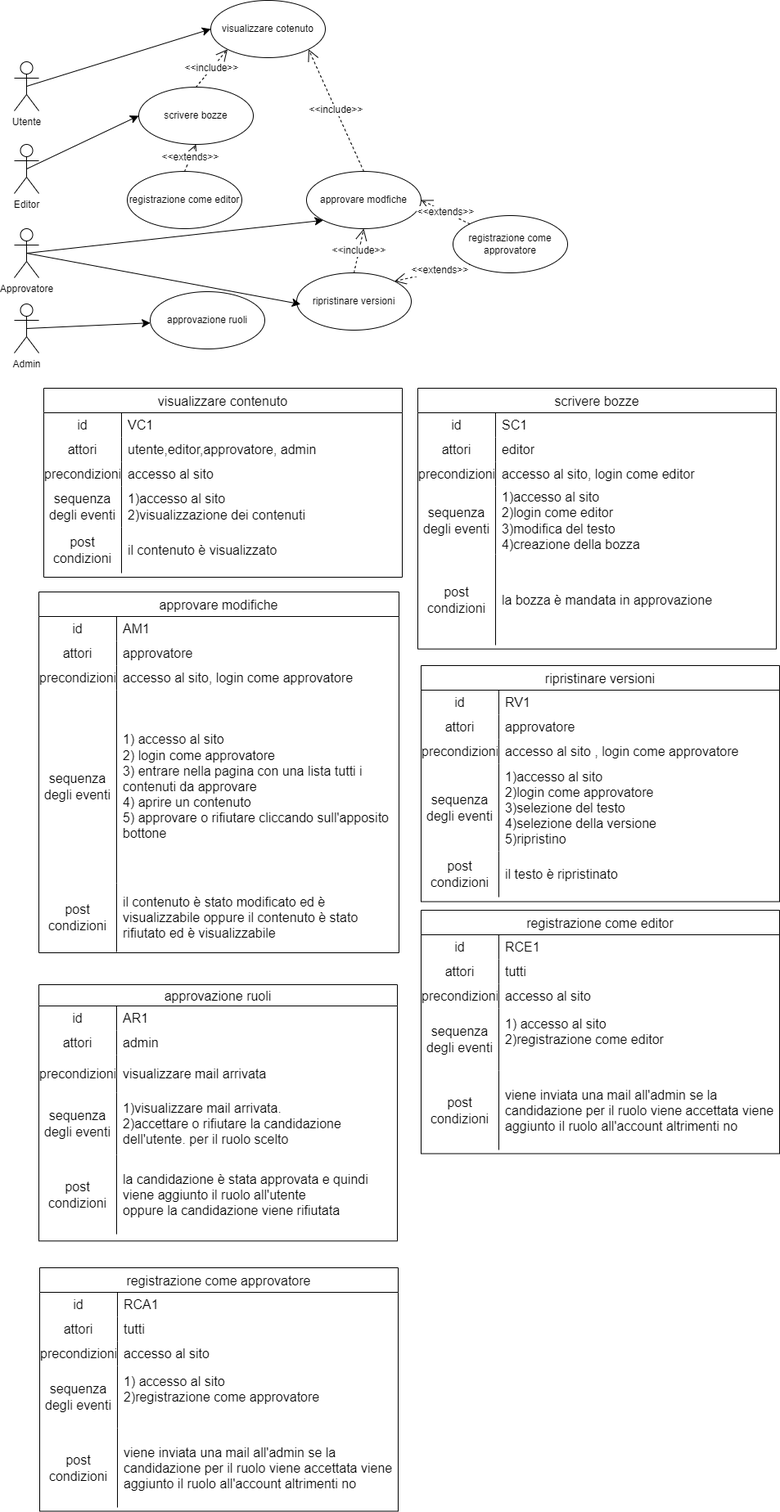
AngeloRipamonti/5C_WikiStudenti_DiDonnaKotisRipamontiTacconi keeps this draw.io diagram as assets/schemas/Casi d'uso.drawio.png. Above is the earlier version. Source tidied: cells renumbered, new cells last; positions are measured from the earlier drawing's top-left corner, leaving out a move shared by most shapes.
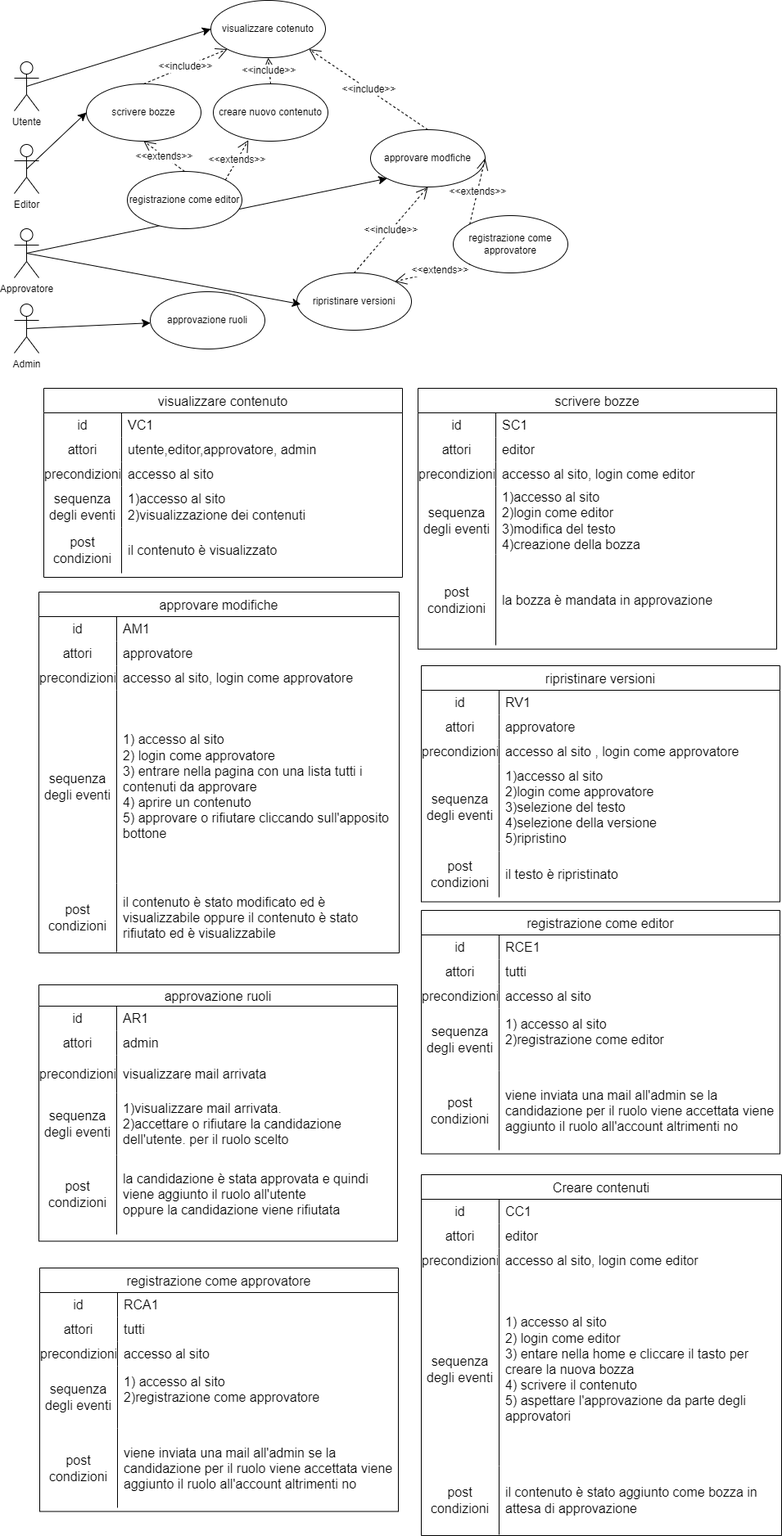
After the change.

Commit message:
use case

Change to the diagram source:
```diff
@@ -24,10 +24,10 @@
       <mxGeometry x="240" width="140" height="70" as="geometry" />
     </mxCell>
     <mxCell id="9" value="scrivere bozze" style="ellipse;whiteSpace=wrap;html=1;" parent="1" vertex="1">
-      <mxGeometry x="152" y="106" width="140" height="70" as="geometry" />
+      <mxGeometry x="88" y="102" width="140" height="70" as="geometry" />
     </mxCell>
     <mxCell id="10" value="approvare modfiche" style="ellipse;whiteSpace=wrap;html=1;" parent="1" vertex="1">
-      <mxGeometry x="357" y="209" width="140" height="70" as="geometry" />
+      <mxGeometry x="435" y="158" width="140" height="70" as="geometry" />
     </mxCell>
     <mxCell id="11" value="ripristinare versioni" style="ellipse;whiteSpace=wrap;html=1;" parent="1" vertex="1">
       <mxGeometry x="345" y="333" width="140" height="70" as="geometry" />
@@ -404,5 +404,62 @@
     <mxCell id="135" value="viene inviata una mail all'admin se la candidazione per il ruolo viene accettata viene aggiunto il ruolo all'account altrimenti no" style="shape=partialRectangle;html=1;whiteSpace=wrap;fillColor=none;top=0;left=0;bottom=0;right=0;align=left;spacingLeft=6;overflow=hidden;strokeColor=inherit;fontSize=16;" parent="133" vertex="1">
       <mxGeometry x="95" width="343" height="97" as="geometry" />
     </mxCell>
+    <mxCell id="136" value="creare nuovo contenuto" style="ellipse;whiteSpace=wrap;html=1;" parent="1" vertex="1">
+      <mxGeometry x="243" y="102" width="140" height="70" as="geometry" />
+    </mxCell>
+    <mxCell id="137" value="&amp;lt;&amp;lt;extends&amp;gt;&amp;gt;" style="endArrow=open;endSize=12;dashed=1;html=1;rounded=0;fontSize=12;curved=1;exitX=1;exitY=0;exitDx=0;exitDy=0;entryX=0.306;entryY=0.983;entryDx=0;entryDy=0;entryPerimeter=0;" parent="1" edge="1" source="99" target="136">
+      <mxGeometry relative="1" as="geometry" />
+    </mxCell>
+    <mxCell id="138" value="&amp;lt;&amp;lt;include&amp;gt;&amp;gt;" style="endArrow=open;endSize=12;dashed=1;html=1;rounded=0;fontSize=12;curved=1;exitX=0.5;exitY=0;exitDx=0;exitDy=0;entryX=0.5;entryY=1;entryDx=0;entryDy=0;" parent="1" edge="1" source="136" target="8">
+      <mxGeometry relative="1" as="geometry" />
+    </mxCell>
+    <mxCell id="139" value="Creare contenuti" style="shape=table;startSize=30;rowLines=0;fontStyle=0;strokeColor=default;fontSize=16;" parent="1" vertex="1">
+      <mxGeometry x="497" y="1435" width="440" height="441" as="geometry" />
+    </mxCell>
+    <mxCell id="140" style="shape=tableRow;horizontal=0;startSize=0;swimlaneHead=0;swimlaneBody=0;top=0;left=0;bottom=0;right=0;fillColor=none;strokeColor=inherit;fontSize=16;" parent="139" vertex="1">
+      <mxGeometry y="30" width="440" height="30" as="geometry" />
+    </mxCell>
+    <mxCell id="141" value="id" style="shape=partialRectangle;html=1;whiteSpace=wrap;fillColor=none;top=0;left=0;bottom=0;right=0;overflow=hidden;strokeColor=inherit;fontSize=16;" parent="140" vertex="1">
+      <mxGeometry width="95" height="30" as="geometry" />
+    </mxCell>
+    <mxCell id="142" value="CC1" style="shape=partialRectangle;html=1;whiteSpace=wrap;fillColor=none;top=0;left=0;bottom=0;right=0;align=left;spacingLeft=6;overflow=hidden;strokeColor=inherit;fontSize=16;" parent="140" vertex="1">
+      <mxGeometry x="95" width="345" height="30" as="geometry" />
+    </mxCell>
+    <mxCell id="143" style="shape=tableRow;horizontal=0;startSize=0;swimlaneHead=0;swimlaneBody=0;top=0;left=0;bottom=0;right=0;fillColor=none;strokeColor=inherit;fontSize=16;" parent="139" vertex="1">
+      <mxGeometry y="60" width="440" height="30" as="geometry" />
+    </mxCell>
+    <mxCell id="144" value="attori" style="shape=partialRectangle;html=1;whiteSpace=wrap;fillColor=none;top=0;left=0;bottom=0;right=0;overflow=hidden;strokeColor=inherit;fontSize=16;" parent="143" vertex="1">
+      <mxGeometry width="95" height="30" as="geometry" />
+    </mxCell>
+    <mxCell id="145" value="editor" style="shape=partialRectangle;html=1;whiteSpace=wrap;fillColor=none;top=0;left=0;bottom=0;right=0;align=left;spacingLeft=6;overflow=hidden;strokeColor=inherit;fontSize=16;" parent="143" vertex="1">
+      <mxGeometry x="95" width="345" height="30" as="geometry" />
+    </mxCell>
+    <mxCell id="146" style="shape=tableRow;horizontal=0;startSize=0;swimlaneHead=0;swimlaneBody=0;top=0;left=0;bottom=0;right=0;fillColor=none;strokeColor=inherit;fontSize=16;" parent="139" vertex="1">
+      <mxGeometry y="90" width="440" height="30" as="geometry" />
+    </mxCell>
+    <mxCell id="147" value="precondizioni" style="shape=partialRectangle;html=1;whiteSpace=wrap;fillColor=none;top=0;left=0;bottom=0;right=0;overflow=hidden;strokeColor=inherit;fontSize=16;" parent="146" vertex="1">
+      <mxGeometry width="95" height="30" as="geometry" />
+    </mxCell>
+    <mxCell id="148" value="accesso al sito, login come editor" style="shape=partialRectangle;html=1;whiteSpace=wrap;fillColor=none;top=0;left=0;bottom=0;right=0;align=left;spacingLeft=6;overflow=hidden;strokeColor=inherit;fontSize=16;" parent="146" vertex="1">
+      <mxGeometry x="95" width="345" height="30" as="geometry" />
+    </mxCell>
+    <mxCell id="149" style="shape=tableRow;horizontal=0;startSize=0;swimlaneHead=0;swimlaneBody=0;top=0;left=0;bottom=0;right=0;fillColor=none;strokeColor=inherit;fontSize=16;" parent="139" vertex="1">
+      <mxGeometry y="120" width="440" height="236" as="geometry" />
+    </mxCell>
+    <mxCell id="150" value="sequenza degli eventi" style="shape=partialRectangle;html=1;whiteSpace=wrap;fillColor=none;top=0;left=0;bottom=0;right=0;overflow=hidden;strokeColor=inherit;fontSize=16;" parent="149" vertex="1">
+      <mxGeometry width="95" height="236" as="geometry" />
+    </mxCell>
+    <mxCell id="151" value="1) accesso al sito&lt;div&gt;2) login come editor&lt;/div&gt;&lt;div&gt;3) entare nella home e cliccare il tasto per creare la nuova bozza&lt;/div&gt;&lt;div&gt;4) scrivere il contenuto&lt;/div&gt;&lt;div&gt;5) aspettare l'approvazione da parte degli approvatori&lt;/div&gt;" style="shape=partialRectangle;html=1;whiteSpace=wrap;fillColor=none;top=0;left=0;bottom=0;right=0;align=left;spacingLeft=6;overflow=hidden;strokeColor=inherit;fontSize=16;" parent="149" vertex="1">
+      <mxGeometry x="95" width="345" height="236" as="geometry" />
+    </mxCell>
+    <mxCell id="152" style="shape=tableRow;horizontal=0;startSize=0;swimlaneHead=0;swimlaneBody=0;top=0;left=0;bottom=0;right=0;fillColor=none;strokeColor=inherit;fontSize=16;" parent="139" vertex="1">
+      <mxGeometry y="356" width="440" height="84" as="geometry" />
+    </mxCell>
+    <mxCell id="153" value="post condizioni" style="shape=partialRectangle;html=1;whiteSpace=wrap;fillColor=none;top=0;left=0;bottom=0;right=0;overflow=hidden;strokeColor=inherit;fontSize=16;" parent="152" vertex="1">
+      <mxGeometry width="95" height="84" as="geometry" />
+    </mxCell>
+    <mxCell id="154" value="il contenuto è stato aggiunto come bozza in attesa di approvazione" style="shape=partialRectangle;html=1;whiteSpace=wrap;fillColor=none;top=0;left=0;bottom=0;right=0;align=left;spacingLeft=6;overflow=hidden;strokeColor=inherit;fontSize=16;" parent="152" vertex="1">
+      <mxGeometry x="95" width="345" height="84" as="geometry" />
+    </mxCell>
   </root>
 </mxGraphModel>
```
